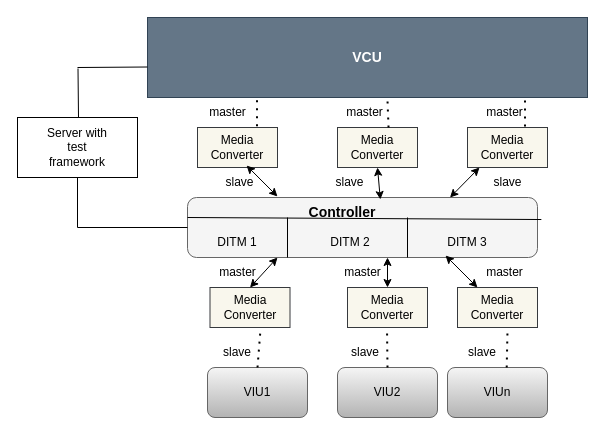
The draw.io diagram environmental setup.drawio in Sindhu281998/skills-introduction-to-github, before the edit. Source tidied: cells renumbered, new cells numbered last; positions are measured from the earlier drawing's top-left corner, leaving out a move shared by most shapes. Both pictures are drawn from the tidied source at 100%, with x=0, y=0 at pixel (17, 17).
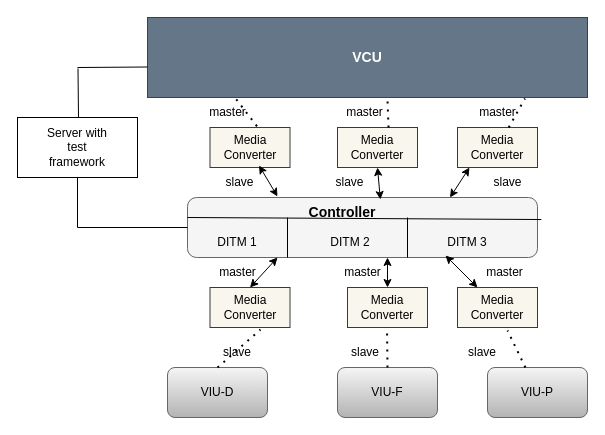
After the change.

Unchanged cells that the change refers to:
```xml
<mxCell id="8" value="Media Converter" style="rounded=0;whiteSpace=wrap;html=1;fillColor=#f9f7ed;strokeColor=#36393d;" parent="1" vertex="1">
  <mxGeometry x="440" y="270" width="80" height="40" as="geometry" />
</mxCell>
<mxCell id="25" value="&lt;b&gt;&lt;font style=&quot;font-size: 14px;&quot;&gt;VCU&lt;/font&gt;&lt;/b&gt;" style="rounded=0;whiteSpace=wrap;html=1;fillColor=#647687;strokeColor=#314354;fontColor=#ffffff;" parent="1" vertex="1">
  <mxGeometry x="130" width="440" height="80" as="geometry" />
</mxCell>
```

Change to the diagram source:
```diff
@@
     <mxCell id="3" value="Media Converter" style="rounded=0;whiteSpace=wrap;html=1;fillColor=#f9f7ed;strokeColor=#36393d;" parent="1" vertex="1">
-      <mxGeometry x="180" y="110" width="80" height="40" as="geometry" />
+      <mxGeometry x="192.5" y="110" width="80" height="40" as="geometry" />
     </mxCell>
@@
     <mxCell id="5" value="Media Converter" style="rounded=0;whiteSpace=wrap;html=1;fillColor=#f9f7ed;strokeColor=#36393d;" parent="1" vertex="1">
-      <mxGeometry x="450" y="110" width="80" height="40" as="geometry" />
+      <mxGeometry x="440" y="110" width="80" height="40" as="geometry" />
     </mxCell>
@@
-    <mxCell id="9" value="VIU1" style="rounded=1;whiteSpace=wrap;html=1;fillColor=#f5f5f5;gradientColor=#b3b3b3;strokeColor=#666666;" parent="1" vertex="1">
-      <mxGeometry x="190" y="350" width="100" height="50" as="geometry" />
+    <mxCell id="9" value="VIU-D" style="rounded=1;whiteSpace=wrap;html=1;fillColor=#f5f5f5;gradientColor=#b3b3b3;strokeColor=#666666;" parent="1" vertex="1">
+      <mxGeometry x="150" y="350" width="100" height="50" as="geometry" />
     </mxCell>
-    <mxCell id="10" value="VIU2" style="rounded=1;whiteSpace=wrap;html=1;fillColor=#f5f5f5;gradientColor=#b3b3b3;strokeColor=#666666;" parent="1" vertex="1">
+    <mxCell id="10" value="VIU-F" style="rounded=1;whiteSpace=wrap;html=1;fillColor=#f5f5f5;gradientColor=#b3b3b3;strokeColor=#666666;" parent="1" vertex="1">
       <mxGeometry x="320" y="350" width="100" height="50" as="geometry" />
     </mxCell>
-    <mxCell id="11" value="VIUn" style="rounded=1;whiteSpace=wrap;html=1;fillColor=#f5f5f5;gradientColor=#b3b3b3;strokeColor=#666666;" parent="1" vertex="1">
-      <mxGeometry x="430" y="350" width="100" height="50" as="geometry" />
+    <mxCell id="11" value="VIU-P" style="rounded=1;whiteSpace=wrap;html=1;fillColor=#f5f5f5;gradientColor=#b3b3b3;strokeColor=#666666;" parent="1" vertex="1">
+      <mxGeometry x="470" y="350" width="100" height="50" as="geometry" />
     </mxCell>
@@
-    <mxCell id="21" style="endArrow=none;dashed=1;html=1;dashPattern=1 3;strokeWidth=2;rounded=0;" parent="1" edge="1">
+    <mxCell id="21" style="endArrow=none;dashed=1;html=1;dashPattern=1 3;strokeWidth=2;rounded=0;entryX=0.195;entryY=0.975;entryDx=0;entryDy=0;entryPerimeter=0;" parent="1" edge="1" target="25">
       <mxGeometry relative="1" as="geometry">
         <mxPoint x="239.5" y="108.8" as="sourcePoint" />
-        <mxPoint x="239.5" y="81.2" as="targetPoint" />
       </mxGeometry>
     </mxCell>
-    <mxCell id="22" style="endArrow=none;dashed=1;html=1;dashPattern=1 3;strokeWidth=2;rounded=0;" parent="1" edge="1">
+    <mxCell id="22" style="endArrow=none;dashed=1;html=1;dashPattern=1 3;strokeWidth=2;rounded=0;" parent="1" edge="1" source="5">
       <mxGeometry relative="1" as="geometry">
-        <mxPoint x="507.5" y="109" as="sourcePoint" />
         <mxPoint x="507.5" y="81" as="targetPoint" />
       </mxGeometry>
     </mxCell>
-    <mxCell id="23" style="endArrow=none;dashed=1;html=1;dashPattern=1 3;strokeWidth=2;rounded=0;exitX=0.35;exitY=-0.125;exitDx=0;exitDy=0;exitPerimeter=0;entryX=0.625;entryY=1.075;entryDx=0;entryDy=0;entryPerimeter=0;" parent="1" edge="1" target="8">
-      <mxGeometry relative="1" as="geometry">
-        <mxPoint x="489.2" y="350" as="sourcePoint" />
-      </mxGeometry>
+    <mxCell id="23" style="endArrow=none;dashed=1;html=1;dashPattern=1 3;strokeWidth=2;rounded=0;entryX=0.625;entryY=1.075;entryDx=0;entryDy=0;entryPerimeter=0;" parent="1" edge="1" source="11" target="8">
+      <mxGeometry relative="1" as="geometry" />
     </mxCell>
@@
     <mxCell id="27" value="master" style="text;html=1;align=center;verticalAlign=middle;whiteSpace=wrap;rounded=0;" parent="1" vertex="1">
-      <mxGeometry x="470" y="80" width="35" height="30" as="geometry" />
+      <mxGeometry x="462.5" y="80" width="35" height="30" as="geometry" />
     </mxCell>
```
